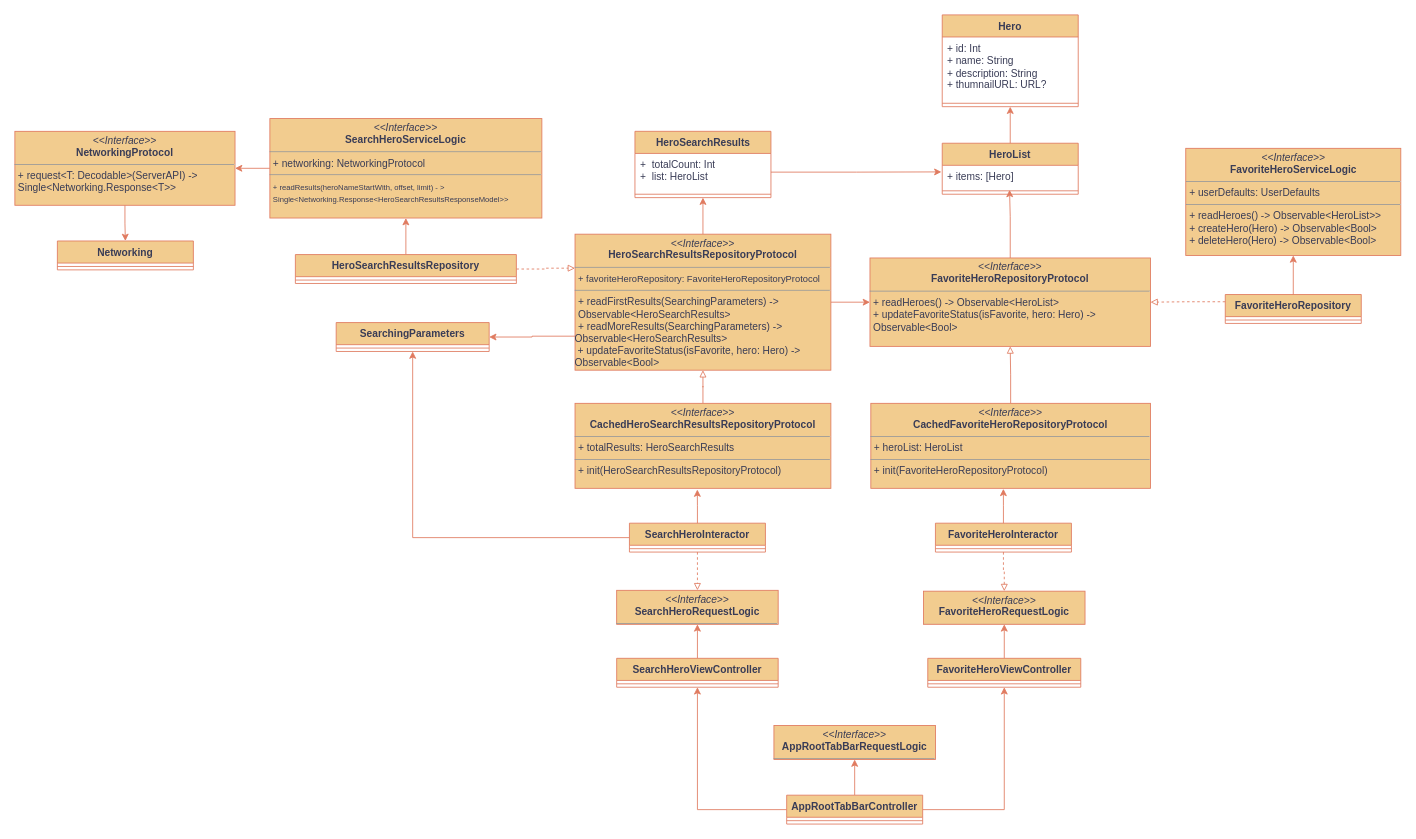
Before: page "앱 구조" (1 of 2) of Characters.drawio in gookhee/diagrams, a draw.io diagram. Source tidied: cells renumbered, new cells numbered last; positions are measured from the earlier drawing's top-left corner, leaving out a move shared by most shapes. Both pictures are drawn from the tidied source at 85%, with x=0, y=0 at pixel (14, 14).
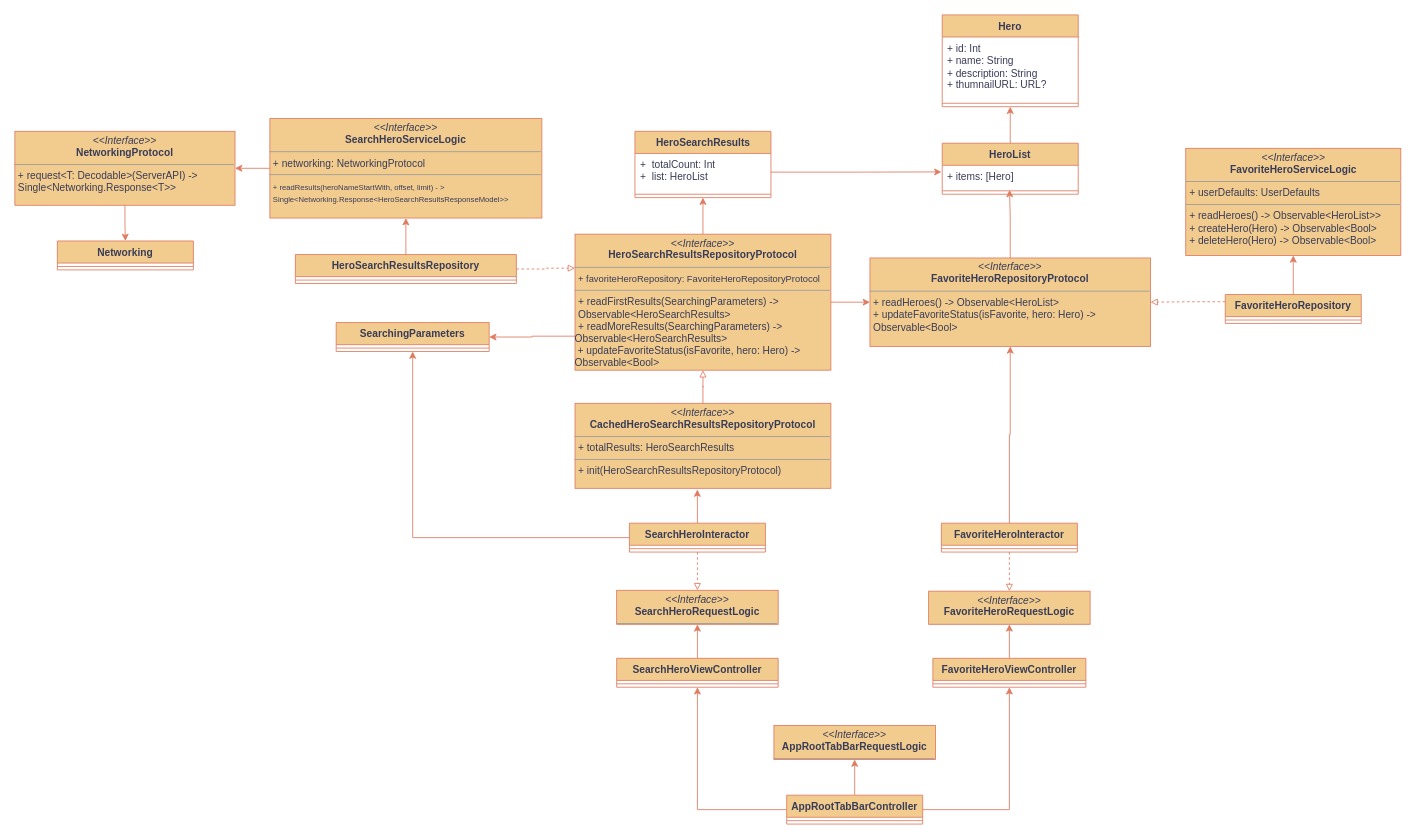
Above is the later version.

Unchanged cells that the change refers to:
```xml
<mxCell id="39" value="&lt;p style=&quot;margin:0px;margin-top:4px;text-align:center;&quot;&gt;&lt;i&gt;&amp;lt;&amp;lt;Interface&amp;gt;&amp;gt;&lt;/i&gt;&lt;br&gt;&lt;b&gt;FavoriteHeroRepositoryProtocol&lt;/b&gt;&lt;/p&gt;&lt;hr size=&quot;1&quot;&gt;&lt;p style=&quot;margin:0px;margin-left:4px;&quot;&gt;+ readHeroes() -&amp;gt; Observable&amp;lt;HeroList&amp;gt;&lt;/p&gt;&lt;p style=&quot;margin:0px;margin-left:4px;&quot;&gt;+ updateFavoriteStatus(isFavorite, hero: Hero) -&amp;gt; Observable&amp;lt;Bool&amp;gt;&lt;/p&gt;" style="verticalAlign=top;align=left;overflow=fill;fontSize=12;fontFamily=Helvetica;html=1;whiteSpace=wrap;labelBackgroundColor=none;fillColor=#F2CC8F;strokeColor=#E07A5F;fontColor=#393C56;" parent="1" vertex="1">
  <mxGeometry x="1006" y="286" width="330" height="104" as="geometry" />
</mxCell>
```

What changed in the source:
```diff
@@
     <mxCell id="11" value="FavoriteHeroViewController" style="swimlane;fontStyle=1;align=center;verticalAlign=top;horizontal=1;startSize=26;whiteSpace=wrap;html=1;labelBackgroundColor=none;fillColor=#F2CC8F;strokeColor=#E07A5F;fontColor=#393C56;" parent="1" vertex="1">
-      <mxGeometry x="1074" y="757" width="180" height="34" as="geometry" />
+      <mxGeometry x="1080" y="757" width="180" height="34" as="geometry" />
     </mxCell>
@@
     <mxCell id="14" value="&lt;p style=&quot;margin:0px;margin-top:4px;text-align:center;&quot;&gt;&lt;i&gt;&amp;lt;&amp;lt;Interface&amp;gt;&amp;gt;&lt;/i&gt;&lt;br&gt;&lt;b&gt;FavoriteHeroRequestLogic&lt;/b&gt;&lt;/p&gt;&lt;hr size=&quot;1&quot;&gt;&lt;p style=&quot;margin:0px;margin-left:4px;&quot;&gt;&lt;br&gt;&lt;/p&gt;&lt;p style=&quot;margin:0px;margin-left:4px;&quot;&gt;&lt;br&gt;&lt;/p&gt;" style="verticalAlign=top;align=left;overflow=fill;fontSize=12;fontFamily=Helvetica;html=1;whiteSpace=wrap;labelBackgroundColor=none;fillColor=#F2CC8F;strokeColor=#E07A5F;fontColor=#393C56;" parent="1" vertex="1">
-      <mxGeometry x="1069" y="678" width="190" height="39" as="geometry" />
+      <mxGeometry x="1075" y="678" width="190" height="39" as="geometry" />
     </mxCell>
@@
     <mxCell id="21" value="FavoriteHeroInteractor" style="swimlane;fontStyle=1;align=center;verticalAlign=top;horizontal=1;startSize=26;whiteSpace=wrap;html=1;labelBackgroundColor=none;fillColor=#F2CC8F;strokeColor=#E07A5F;fontColor=#393C56;" parent="1" vertex="1">
-      <mxGeometry x="1083" y="598" width="160" height="34" as="geometry" />
+      <mxGeometry x="1090" y="598" width="160" height="34" as="geometry" />
     </mxCell>
@@
-    <mxCell id="37" style="edgeStyle=orthogonalEdgeStyle;rounded=0;jettySize=auto;html=1;entryX=0.5;entryY=1;entryDx=0;entryDy=0;endArrow=block;endFill=0;labelBackgroundColor=none;strokeColor=#E07A5F;fontColor=default;" parent="1" edge="1" source="38" target="39">
-      <mxGeometry relative="1" as="geometry" />
-    </mxCell>
-    <mxCell id="38" value="&lt;p style=&quot;margin:0px;margin-top:4px;text-align:center;&quot;&gt;&lt;i&gt;&amp;lt;&amp;lt;Interface&amp;gt;&amp;gt;&lt;/i&gt;&lt;br&gt;&lt;b&gt;CachedFavoriteHeroRepositoryProtocol&lt;/b&gt;&lt;/p&gt;&lt;hr size=&quot;1&quot;&gt;&lt;p style=&quot;margin:0px;margin-left:4px;&quot;&gt;+ heroList: HeroList&lt;br&gt;&lt;/p&gt;&lt;hr size=&quot;1&quot;&gt;&lt;p style=&quot;margin:0px;margin-left:4px;&quot;&gt;+ init(FavoriteHeroRepositoryProtocol)&lt;br&gt;&lt;/p&gt;" style="verticalAlign=top;align=left;overflow=fill;fontSize=12;fontFamily=Helvetica;html=1;whiteSpace=wrap;labelBackgroundColor=none;fillColor=#F2CC8F;strokeColor=#E07A5F;fontColor=#393C56;" parent="1" vertex="1">
-      <mxGeometry x="1007" y="457" width="329" height="100" as="geometry" />
-    </mxCell>
@@
-    <mxCell id="40" style="edgeStyle=orthogonalEdgeStyle;rounded=0;jettySize=auto;html=1;entryX=0.474;entryY=1.006;entryDx=0;entryDy=0;entryPerimeter=0;labelBackgroundColor=none;strokeColor=#E07A5F;fontColor=default;" parent="1" edge="1" source="21" target="38">
+    <mxCell id="40" style="edgeStyle=orthogonalEdgeStyle;rounded=0;jettySize=auto;html=1;entryX=0.5;entryY=1;entryDx=0;entryDy=0;labelBackgroundColor=none;strokeColor=#E07A5F;fontColor=default;" parent="1" edge="1" source="21" target="39">
       <mxGeometry relative="1" as="geometry" />
     </mxCell>
```
